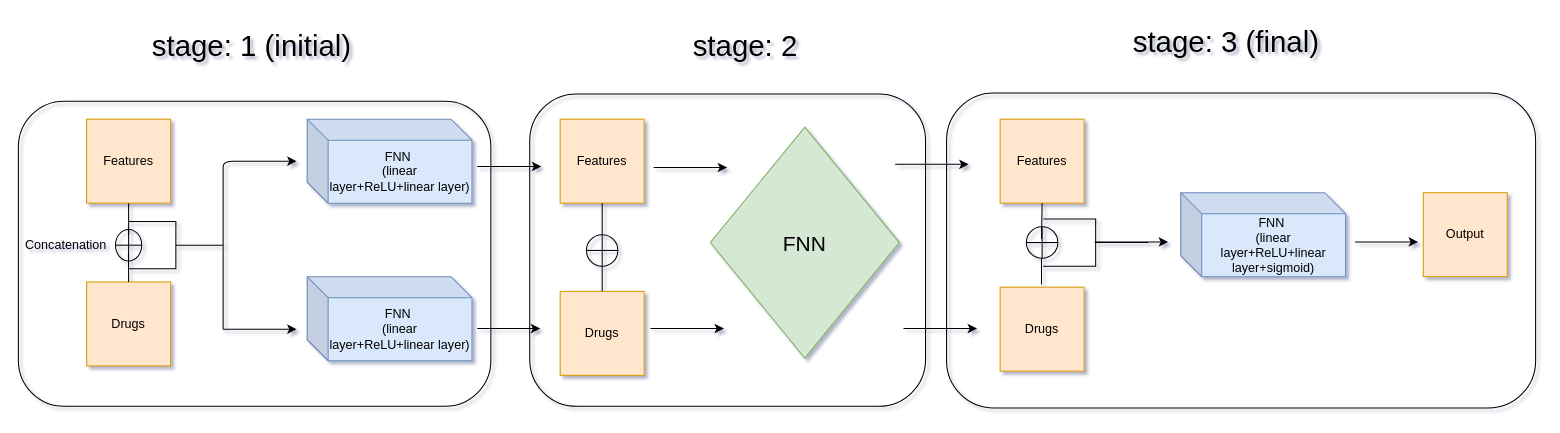
Above: page "pipeline" (7 of 9) of mimic3/visualize/visualize.drawio in karen-gishyan/project (draw.io), before the change. Source tidied: cells renumbered, new cells numbered last; positions are measured from the earlier drawing's top-left corner, leaving out a move shared by most shapes. Both pictures are drawn from the tidied source at 105%, with x=0, y=0 at pixel (18, 18).
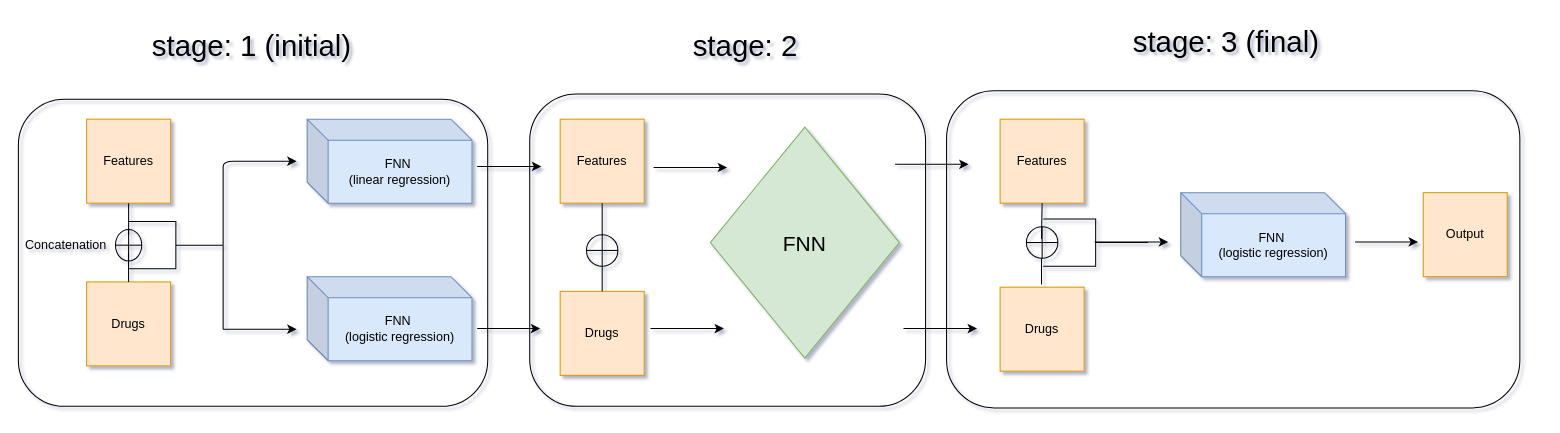
The same diagram, later.

Change to the diagram source:
```diff
@@
-    <mxCell id="8" value="FNN&amp;nbsp;&lt;br&gt;(linear layer+ReLU+linear layer)" style="shape=cube;whiteSpace=wrap;html=1;boundedLbl=1;backgroundOutline=1;darkOpacity=0.05;darkOpacity2=0.1;fillColor=#dae8fc;strokeColor=#6c8ebf;" parent="1" vertex="1">
+    <mxCell id="8" value="FNN&amp;nbsp;&lt;br&gt;(linear regression)" style="shape=cube;whiteSpace=wrap;html=1;boundedLbl=1;backgroundOutline=1;darkOpacity=0.05;darkOpacity2=0.1;fillColor=#dae8fc;strokeColor=#6c8ebf;" parent="1" vertex="1">
       <mxGeometry x="275" y="96" width="157" height="80" as="geometry" />
     </mxCell>
@@
-    <mxCell id="19" value="FNN&amp;nbsp;&lt;br style=&quot;border-color: var(--border-color);&quot;&gt;(linear layer+ReLU+linear layer+sigmoid)" style="shape=cube;whiteSpace=wrap;html=1;boundedLbl=1;backgroundOutline=1;darkOpacity=0.05;darkOpacity2=0.1;fillColor=#dae8fc;strokeColor=#6c8ebf;" parent="1" vertex="1">
+    <mxCell id="19" value="FNN&amp;nbsp;&lt;br style=&quot;border-color: var(--border-color);&quot;&gt;(logistic regression)" style="shape=cube;whiteSpace=wrap;html=1;boundedLbl=1;backgroundOutline=1;darkOpacity=0.05;darkOpacity2=0.1;fillColor=#dae8fc;strokeColor=#6c8ebf;" parent="1" vertex="1">
       <mxGeometry x="1107" y="166" width="157" height="80" as="geometry" />
     </mxCell>
@@
-    <mxCell id="36" value="FNN&amp;nbsp;&lt;br&gt;(linear layer+ReLU+linear layer)" style="shape=cube;whiteSpace=wrap;html=1;boundedLbl=1;backgroundOutline=1;darkOpacity=0.05;darkOpacity2=0.1;fillColor=#dae8fc;strokeColor=#6c8ebf;" parent="1" vertex="1">
+    <mxCell id="36" value="FNN&amp;nbsp;&lt;br&gt;(logistic regression)" style="shape=cube;whiteSpace=wrap;html=1;boundedLbl=1;backgroundOutline=1;darkOpacity=0.05;darkOpacity2=0.1;fillColor=#dae8fc;strokeColor=#6c8ebf;" parent="1" vertex="1">
       <mxGeometry x="275" y="246" width="157" height="80" as="geometry" />
     </mxCell>
@@
     <mxCell id="39" style="rounded=1;whiteSpace=wrap;html=1;labelBackgroundColor=none;fillColor=none;" parent="1" vertex="1">
-      <mxGeometry y="79" width="450" height="290.5" as="geometry" />
+      <mxGeometry y="77" width="447" height="292.5" as="geometry" />
     </mxCell>
@@
     <mxCell id="41" style="rounded=1;whiteSpace=wrap;html=1;labelBackgroundColor=none;fillColor=none;" parent="1" vertex="1">
-      <mxGeometry x="884" y="71" width="561" height="300" as="geometry" />
+      <mxGeometry x="884" y="69" width="546" height="302" as="geometry" />
     </mxCell>
```
